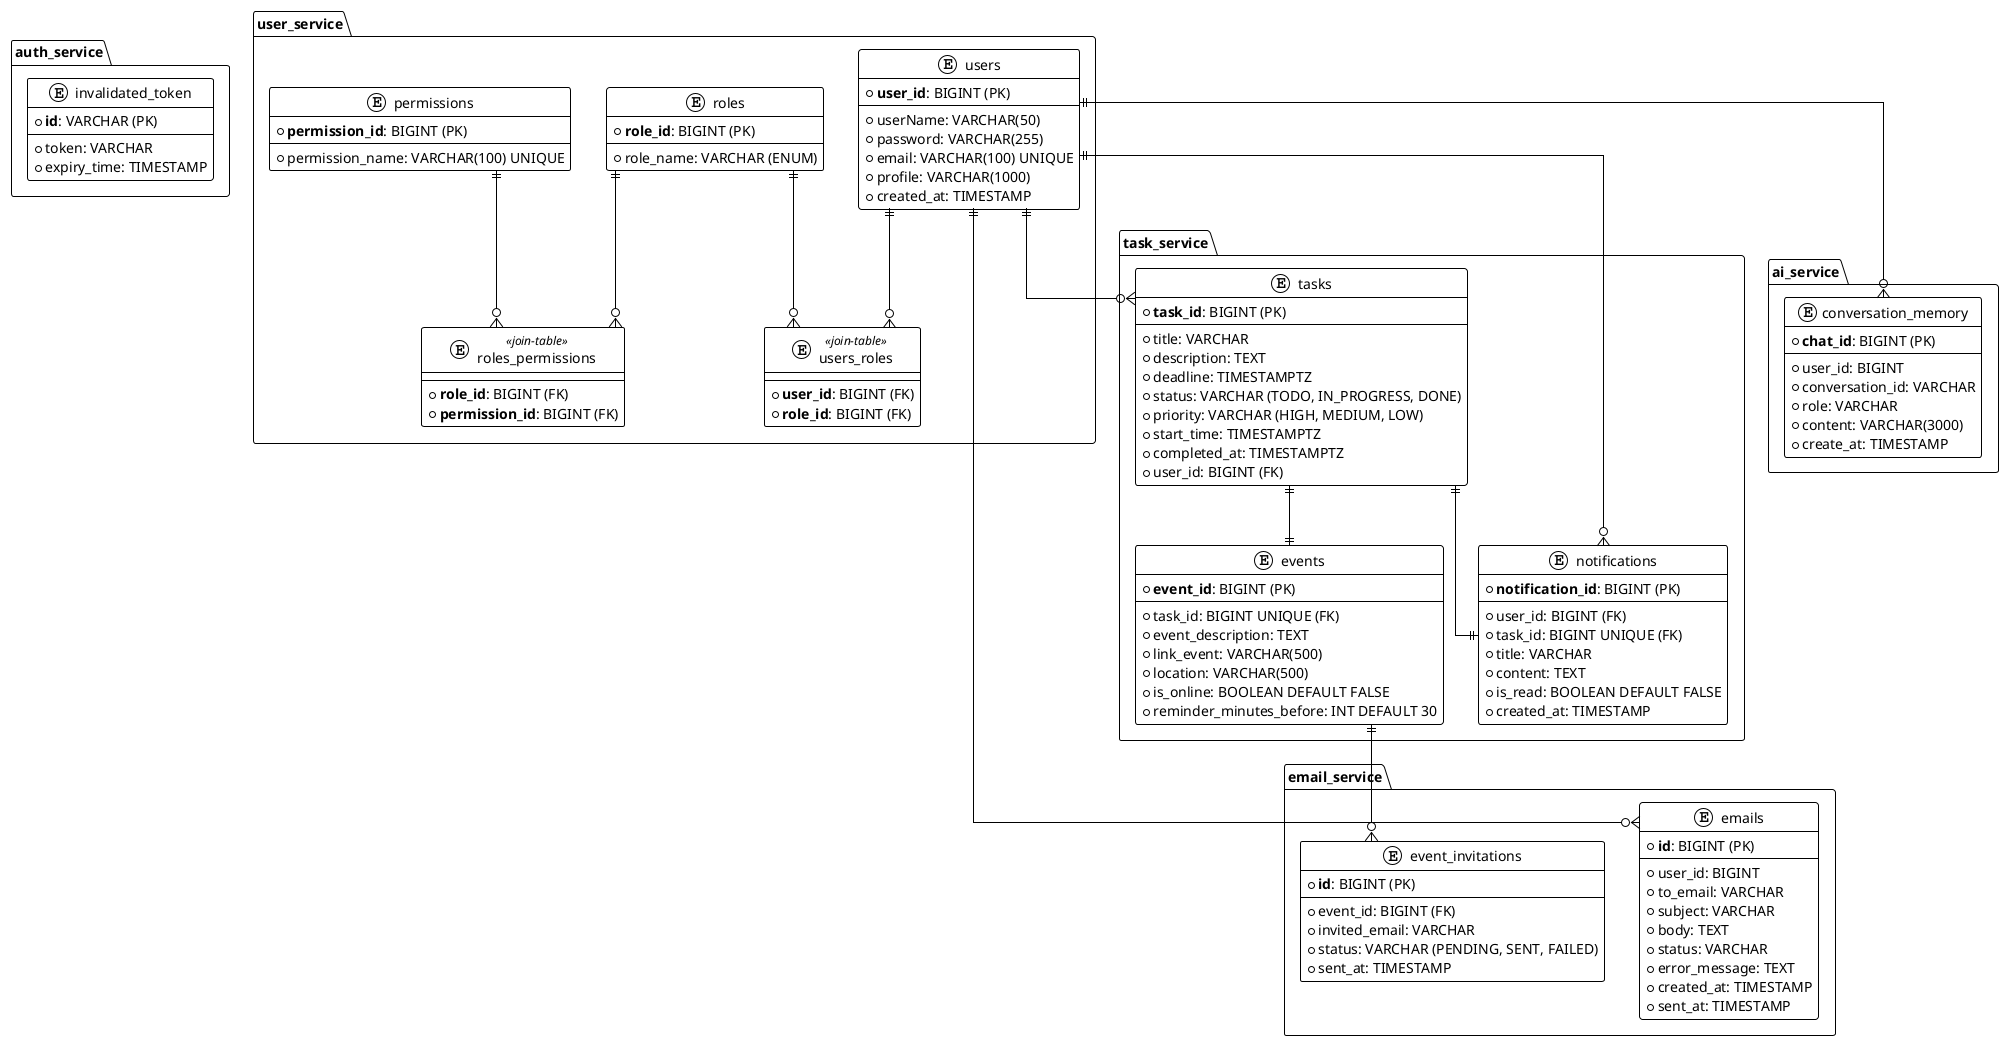
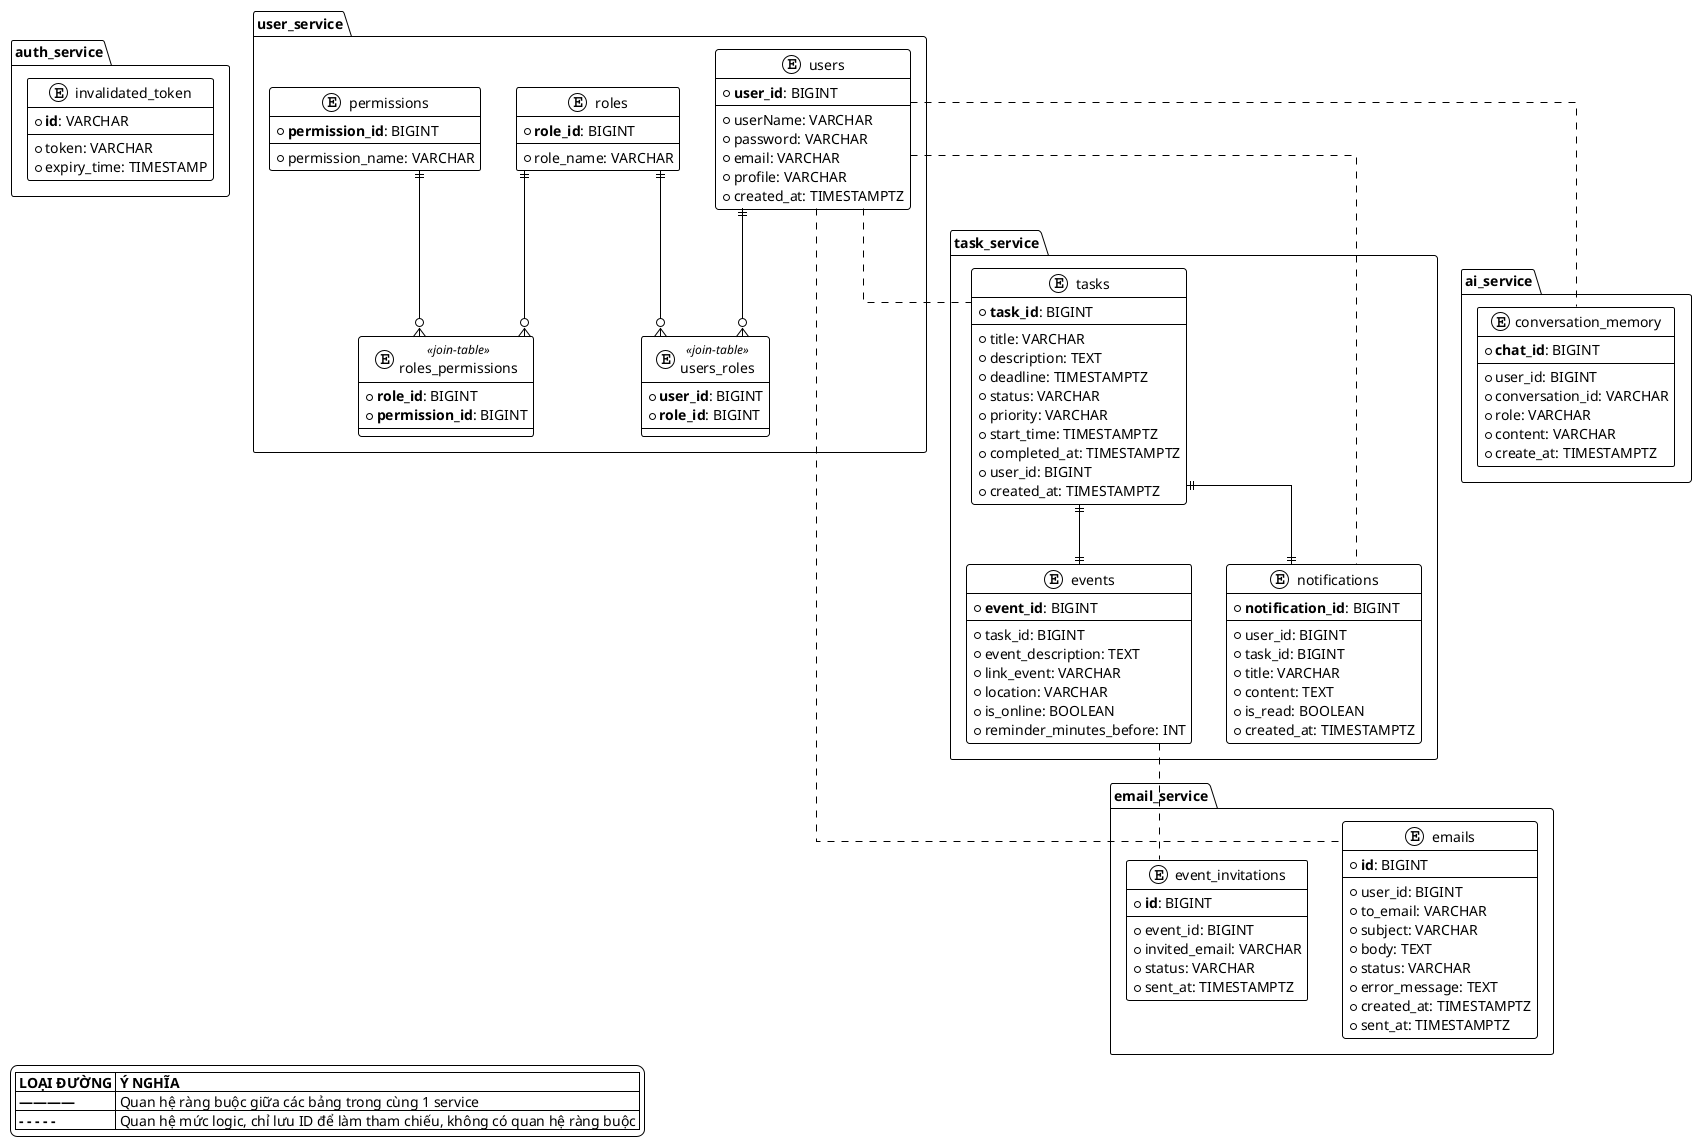
@startuml DATN_ERD_Diagram
!theme plain
skinparam backgroundColor #FFFFFF
skinparam linetype ortho

' ===============================================
' DATN MICROSERVICES - ENTITY RELATIONSHIP DIAGRAM
' ===============================================

' --------------- auth-service ----------------

package "auth_service" {

    entity "invalidated_token" as itoken {
-         * **id**: VARCHAR (PK)
+         * **id**: VARCHAR
        --
        * token: VARCHAR
        * expiry_time: TIMESTAMP
    }
}

' --------------- user-service ----------------

package "user_service" {

    entity "users" as users {
-         * **user_id**: BIGINT (PK)
+         * **user_id**: BIGINT
        --
-         * userName: VARCHAR(50)
-         * password: VARCHAR(255)
-         * email: VARCHAR(100) UNIQUE
-         * profile: VARCHAR(1000)
-         * created_at: TIMESTAMP
+         * userName: VARCHAR
+         * password: VARCHAR
+         * email: VARCHAR
+         * profile: VARCHAR
+         * created_at: TIMESTAMPTZ
    }

    entity "roles" as roles {
-         * **role_id**: BIGINT (PK)
+         * **role_id**: BIGINT
        --
-         * role_name: VARCHAR (ENUM)
+         * role_name: VARCHAR
    }

    entity "permissions" as permissions {
-         * **permission_id**: BIGINT (PK)
+         * **permission_id**: BIGINT
        --
-         * permission_name: VARCHAR(100) UNIQUE
+         * permission_name: VARCHAR
    }

    entity "users_roles" as users_roles <<join-table>> {
-         * **user_id**: BIGINT (FK)
-         * **role_id**: BIGINT (FK)
+         * **user_id**: BIGINT
+         * **role_id**: BIGINT
    }

    entity "roles_permissions" as roles_permissions <<join-table>> {
-         * **role_id**: BIGINT (FK)
-         * **permission_id**: BIGINT (FK)
+         * **role_id**: BIGINT
+         * **permission_id**: BIGINT
    }
}

' --------------- task-service ----------------

package "task_service" {

    entity "tasks" as tasks {
-         * **task_id**: BIGINT (PK)
+         * **task_id**: BIGINT
        --
        * title: VARCHAR
        * description: TEXT
        * deadline: TIMESTAMPTZ
-         * status: VARCHAR (TODO, IN_PROGRESS, DONE)
-         * priority: VARCHAR (HIGH, MEDIUM, LOW)
+         * status: VARCHAR
+         * priority: VARCHAR
        * start_time: TIMESTAMPTZ
        * completed_at: TIMESTAMPTZ
-         * user_id: BIGINT (FK)
+         * user_id: BIGINT
+         * created_at: TIMESTAMPTZ
    }

    entity "notifications" as notifications {
-         * **notification_id**: BIGINT (PK)
+         * **notification_id**: BIGINT
        --
-         * user_id: BIGINT (FK)
-         * task_id: BIGINT UNIQUE (FK)
+         * user_id: BIGINT
+         * task_id: BIGINT
        * title: VARCHAR
        * content: TEXT
-         * is_read: BOOLEAN DEFAULT FALSE
-         * created_at: TIMESTAMP
+         * is_read: BOOLEAN
+         * created_at: TIMESTAMPTZ
    }

    entity "events" as events {
-         * **event_id**: BIGINT (PK)
+         * **event_id**: BIGINT
        --
-         * task_id: BIGINT UNIQUE (FK)
+         * task_id: BIGINT
        * event_description: TEXT
-         * link_event: VARCHAR(500)
-         * location: VARCHAR(500)
-         * is_online: BOOLEAN DEFAULT FALSE
-         * reminder_minutes_before: INT DEFAULT 30
+         * link_event: VARCHAR
+         * location: VARCHAR
+         * is_online: BOOLEAN
+         * reminder_minutes_before: INT
    }
}

' --------------- ai-service ----------------

package "ai_service" {

    entity "conversation_memory" as conv_memory {
-         * **chat_id**: BIGINT (PK)
+         * **chat_id**: BIGINT
        --
        * user_id: BIGINT
        * conversation_id: VARCHAR
        * role: VARCHAR
-         * content: VARCHAR(3000)
-         * create_at: TIMESTAMP
+         * content: VARCHAR
+         * create_at: TIMESTAMPTZ
    }
}

' --------------- email-service ----------------

package "email_service" {

    entity "emails" as emails {
-         * **id**: BIGINT (PK)
+         * **id**: BIGINT
        --
        * user_id: BIGINT
        * to_email: VARCHAR
        * subject: VARCHAR
        * body: TEXT
        * status: VARCHAR
        * error_message: TEXT
-         * created_at: TIMESTAMP
-         * sent_at: TIMESTAMP
+         * created_at: TIMESTAMPTZ
+         * sent_at: TIMESTAMPTZ
    }

    entity "event_invitations" as event_invitations {
-         * **id**: BIGINT (PK)
+         * **id**: BIGINT
        --
-         * event_id: BIGINT (FK)
+         * event_id: BIGINT
        * invited_email: VARCHAR
-         * status: VARCHAR (PENDING, SENT, FAILED)
-         * sent_at: TIMESTAMP
+         * status: VARCHAR
+         * sent_at: TIMESTAMPTZ
    }
}


' --------------- RELATIONSHIPS ----------------

- ' Users - Roles (Many-to-Many)
+ ' Within each service (solid line = real FK)
users ||--o{ users_roles
roles ||--o{ users_roles
- 
- ' Roles - Permissions (Many-to-Many)
roles ||--o{ roles_permissions
permissions ||--o{ roles_permissions
- 
- ' Users - Tasks (One-to-Many)
- users ||--o{ tasks
- 
- ' Tasks - Notifications (One-to-One)
tasks ||--|| notifications
- 
- ' Tasks - Events (One-to-One)
tasks ||--|| events

- ' Events - Event Invitations (One-to-Many)
- events ||--o{ event_invitations
+ ' Cross-service (dashed line = denormalized reference, no FK constraint)
+ users .. tasks
+ users .. notifications
+ users .. conv_memory
+ users .. emails
+ events .. event_invitations

- ' Users - Notifications (One-to-Many)
- users ||--o{ notifications
- 
- ' Users - Conversation Memory (One-to-Many)
- users ||--o{ conv_memory
- 
- ' Users - Emails (One-to-Many)
- users ||--o{ emails
+ legend left
+ |= LOẠI ĐƯỜNG |= Ý NGHĨA |
+ |= **————** | Quan hệ ràng buộc giữa các bảng trong cùng 1 service |
+ |= **- - - - -** | Quan hệ mức logic, chỉ lưu ID để làm tham chiếu, không có quan hệ ràng buộc |
+ endlegend

@enduml
